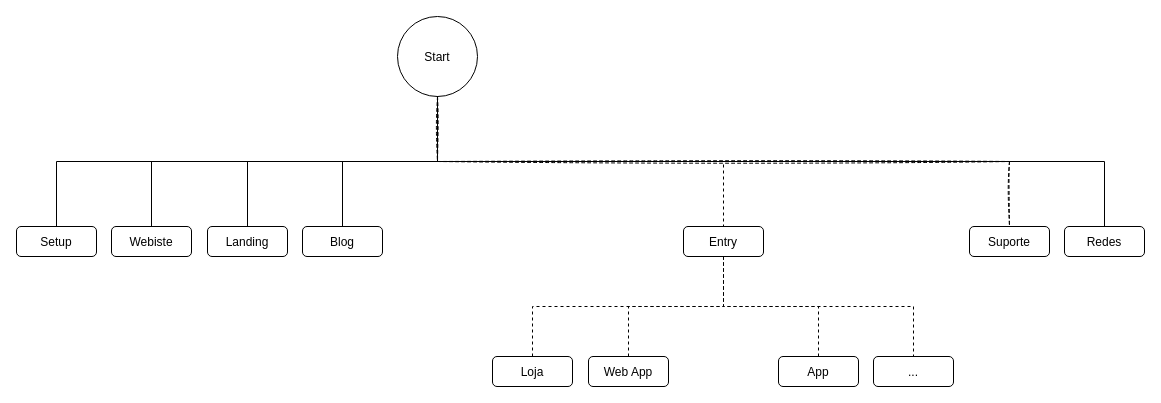
Before: page "Page-4" (2 of 2) of src/init.drawio in pegandoasmanhas/init, a draw.io diagram. Source tidied: cells renumbered, new cells numbered last; positions are measured from the earlier drawing's top-left corner, leaving out a move shared by most shapes. Both pictures are drawn from the tidied source at 100%, with x=0, y=0 at pixel (16, 16).
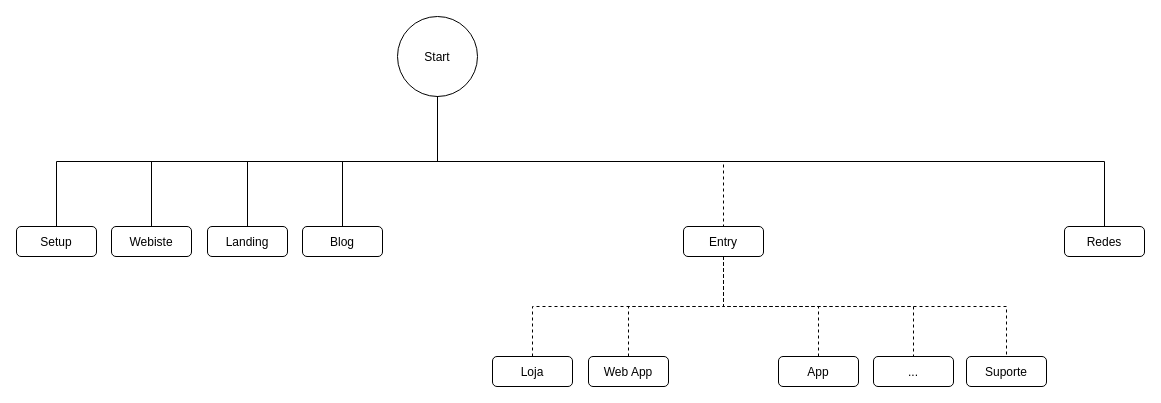
The same page after the edit.

The change refers to these unchanged cells:
```xml
<mxCell id="3" value="Start" style="ellipse;sketch=0;shadow=0;" parent="1" vertex="1">
  <mxGeometry x="381" width="80" height="80" as="geometry" />
</mxCell>
<mxCell id="12" value="Entry" style="rounded=1;sketch=0;shadow=0;" parent="1" vertex="1">
  <mxGeometry x="667" y="210" width="80" height="30" as="geometry" />
</mxCell>
```

The edit, as a diff of the source:
```diff
@@
-    <mxCell id="14" value="Suporte" style="rounded=1;sketch=0;shadow=0;" parent="1" vertex="1">
-      <mxGeometry x="953" y="210" width="80" height="30" as="geometry" />
-    </mxCell>
-    <mxCell id="15" style="edgeStyle=elbowEdgeStyle;elbow=vertical;endArrow=none;endFill=0;rounded=0;sketch=1;dashed=1;shadow=0;" parent="1" edge="1" source="3" target="14">
-      <mxGeometry relative="1" as="geometry" />
-    </mxCell>
@@
+    <mxCell id="14" value="Suporte" style="rounded=1;sketch=0;shadow=0;" parent="1" vertex="1">
+      <mxGeometry x="950" y="340" width="80" height="30" as="geometry" />
+    </mxCell>
+    <mxCell id="25" style="edgeStyle=elbowEdgeStyle;elbow=vertical;rounded=0;endFill=0;endArrow=none;sketch=0;dashed=1;shadow=0;" parent="1" edge="1" source="12">
+      <mxGeometry relative="1" as="geometry">
+        <mxPoint x="990" y="340" as="targetPoint" />
+      </mxGeometry>
+    </mxCell>
```
